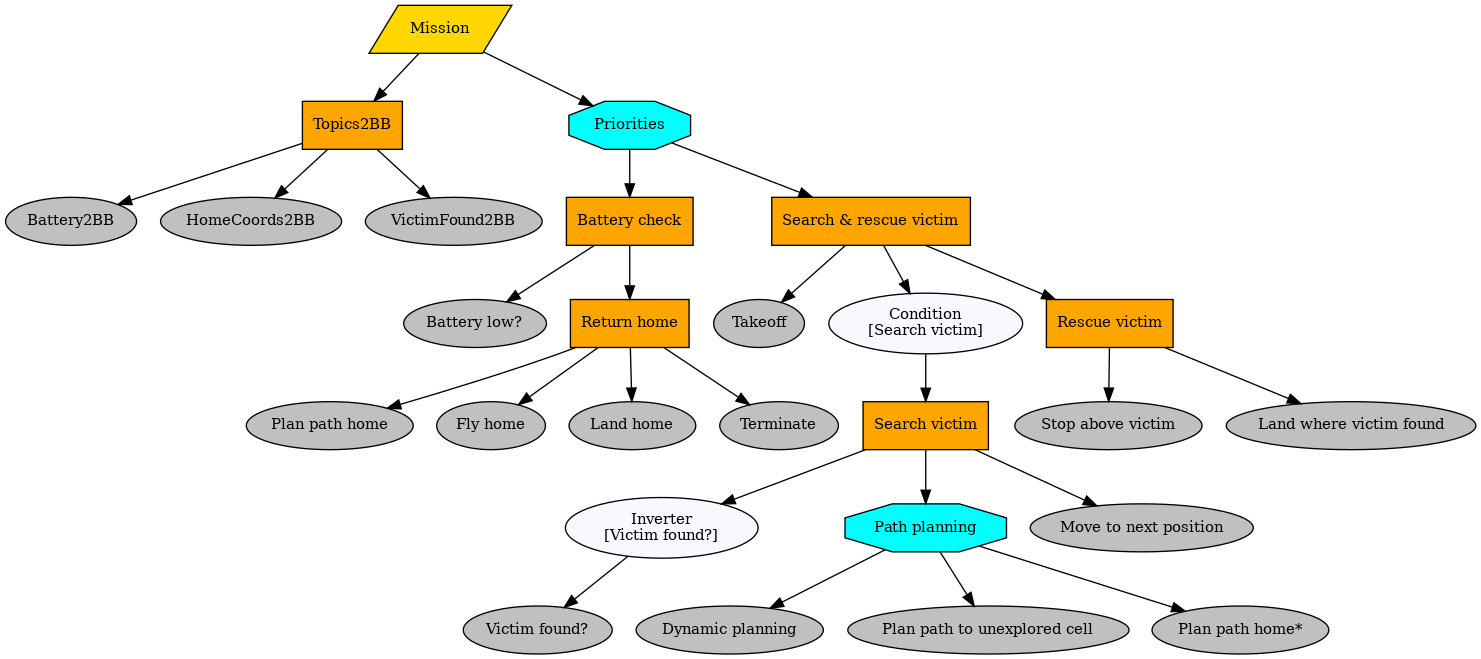
Before: planner_tree.png, a diagram exported from Graphviz (srothh/ppmrob). Its source is kept beside it as planner_tree.dot. Source of this version:
```dot
digraph mission {
graph [fontname="times-roman"];
node [fontname="times-roman"];
edge [fontname="times-roman"];
Mission [fillcolor=gold, fontcolor=black, fontsize=11, shape=parallelogram, style=filled];
Topics2BB [fillcolor=orange, fontcolor=black, fontsize=11, shape=box, style=filled];
Mission -> Topics2BB;
Battery2BB [fillcolor=gray, fontcolor=black, fontsize=11, shape=ellipse, style=filled];
Topics2BB -> Battery2BB;
HomeCoords2BB [fillcolor=gray, fontcolor=black, fontsize=11, shape=ellipse, style=filled];
Topics2BB -> HomeCoords2BB;
VictimFound2BB [fillcolor=gray, fontcolor=black, fontsize=11, shape=ellipse, style=filled];
Topics2BB -> VictimFound2BB;
Priorities [fillcolor=cyan, fontcolor=black, fontsize=11, shape=octagon, style=filled];
Mission -> Priorities;
"Battery check" [fillcolor=orange, fontcolor=black, fontsize=11, shape=box, style=filled];
Priorities -> "Battery check";
"Battery low?" [fillcolor=gray, fontcolor=black, fontsize=11, shape=ellipse, style=filled];
"Battery check" -> "Battery low?";
"Return home" [fillcolor=orange, fontcolor=black, fontsize=11, shape=box, style=filled];
"Battery check" -> "Return home";
"Plan path home" [fillcolor=gray, fontcolor=black, fontsize=11, shape=ellipse, style=filled];
"Return home" -> "Plan path home";
"Fly home" [fillcolor=gray, fontcolor=black, fontsize=11, shape=ellipse, style=filled];
"Return home" -> "Fly home";
"Land home" [fillcolor=gray, fontcolor=black, fontsize=11, shape=ellipse, style=filled];
"Return home" -> "Land home";
Terminate [fillcolor=gray, fontcolor=black, fontsize=11, shape=ellipse, style=filled];
"Return home" -> Terminate;
"Search & rescue victim" [fillcolor=orange, fontcolor=black, fontsize=11, shape=box, style=filled];
Priorities -> "Search & rescue victim";
Takeoff [fillcolor=gray, fontcolor=black, fontsize=11, shape=ellipse, style=filled];
"Search & rescue victim" -> Takeoff;
"Condition\n[Search victim]" [fillcolor=ghostwhite, fontcolor=black, fontsize=11, shape=ellipse, style=filled];
"Search & rescue victim" -> "Condition\n[Search victim]";
"Search victim" [fillcolor=orange, fontcolor=black, fontsize=11, shape=box, style=filled];
"Condition\n[Search victim]" -> "Search victim";
"Inverter\n[Victim found?]" [fillcolor=ghostwhite, fontcolor=black, fontsize=11, shape=ellipse, style=filled];
"Search victim" -> "Inverter\n[Victim found?]";
"Victim found?" [fillcolor=gray, fontcolor=black, fontsize=11, shape=ellipse, style=filled];
"Inverter\n[Victim found?]" -> "Victim found?";
"Path planning" [fillcolor=cyan, fontcolor=black, fontsize=11, shape=octagon, style=filled];
"Search victim" -> "Path planning";
"Dynamic planning" [fillcolor=gray, fontcolor=black, fontsize=11, shape=ellipse, style=filled];
"Path planning" -> "Dynamic planning";
"Plan path to unexplored cell" [fillcolor=gray, fontcolor=black, fontsize=11, shape=ellipse, style=filled];
"Path planning" -> "Plan path to unexplored cell";
"Plan path home*" [fillcolor=gray, fontcolor=black, fontsize=11, shape=ellipse, style=filled];
"Path planning" -> "Plan path home*";
"Move to next position" [fillcolor=gray, fontcolor=black, fontsize=11, shape=ellipse, style=filled];
"Search victim" -> "Move to next position";
"Rescue victim" [fillcolor=orange, fontcolor=black, fontsize=11, shape=box, style=filled];
"Search & rescue victim" -> "Rescue victim";
"Stop above victim" [fillcolor=gray, fontcolor=black, fontsize=11, shape=ellipse, style=filled];
"Rescue victim" -> "Stop above victim";
"Land where victim found" [fillcolor=gray, fontcolor=black, fontsize=11, shape=ellipse, style=filled];
"Rescue victim" -> "Land where victim found";
}
```
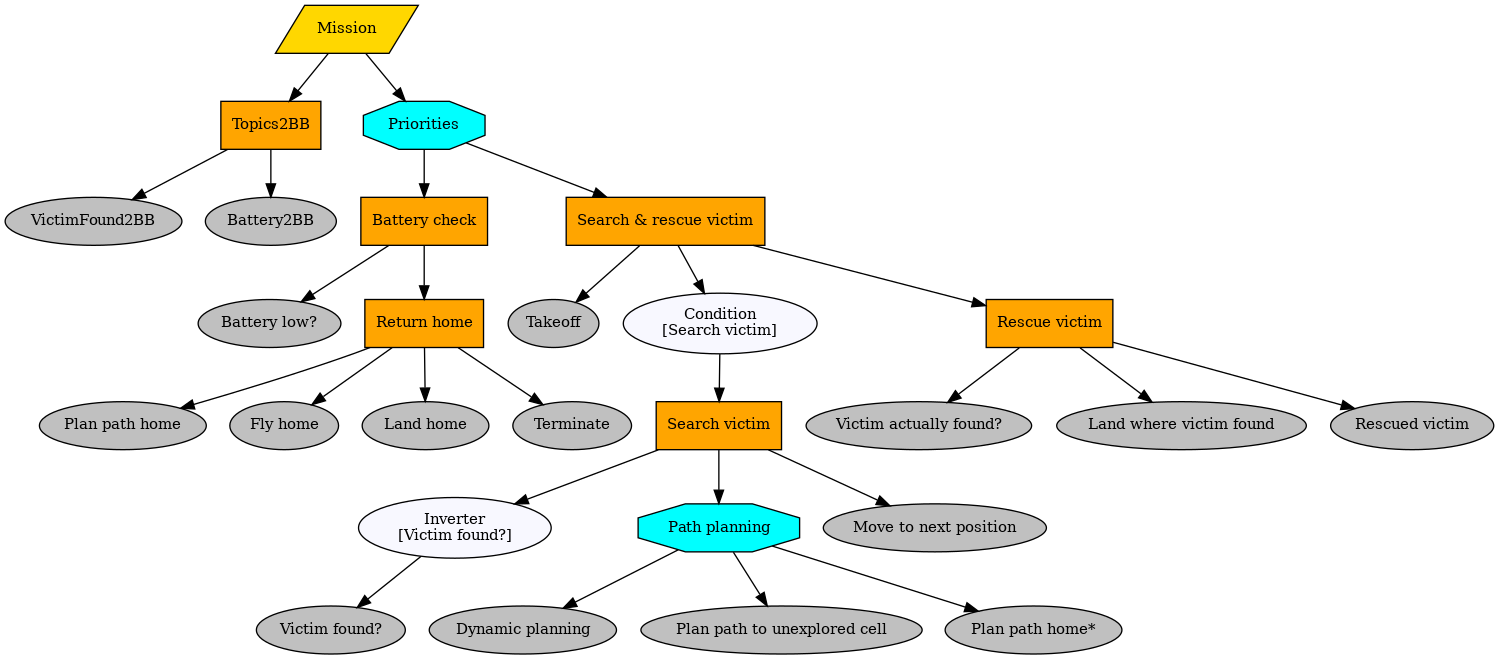
Later version of the same file.

Diff of the diagram source:
```diff
@@ -5,12 +5,10 @@
 Mission [fillcolor=gold, fontcolor=black, fontsize=11, shape=parallelogram, style=filled];
 Topics2BB [fillcolor=orange, fontcolor=black, fontsize=11, shape=box, style=filled];
 Mission -> Topics2BB;
+VictimFound2BB [fillcolor=gray, fontcolor=black, fontsize=11, shape=ellipse, style=filled];
+Topics2BB -> VictimFound2BB;
 Battery2BB [fillcolor=gray, fontcolor=black, fontsize=11, shape=ellipse, style=filled];
 Topics2BB -> Battery2BB;
-HomeCoords2BB [fillcolor=gray, fontcolor=black, fontsize=11, shape=ellipse, style=filled];
-Topics2BB -> HomeCoords2BB;
-VictimFound2BB [fillcolor=gray, fontcolor=black, fontsize=11, shape=ellipse, style=filled];
-Topics2BB -> VictimFound2BB;
 Priorities [fillcolor=cyan, fontcolor=black, fontsize=11, shape=octagon, style=filled];
 Mission -> Priorities;
 "Battery check" [fillcolor=orange, fontcolor=black, fontsize=11, shape=box, style=filled];
@@ -51,8 +49,10 @@
 "Search victim" -> "Move to next position";
 "Rescue victim" [fillcolor=orange, fontcolor=black, fontsize=11, shape=box, style=filled];
 "Search & rescue victim" -> "Rescue victim";
-"Stop above victim" [fillcolor=gray, fontcolor=black, fontsize=11, shape=ellipse, style=filled];
-"Rescue victim" -> "Stop above victim";
+"Victim actually found?" [fillcolor=gray, fontcolor=black, fontsize=11, shape=ellipse, style=filled];
+"Rescue victim" -> "Victim actually found?";
 "Land where victim found" [fillcolor=gray, fontcolor=black, fontsize=11, shape=ellipse, style=filled];
 "Rescue victim" -> "Land where victim found";
+"Rescued victim" [fillcolor=gray, fontcolor=black, fontsize=11, shape=ellipse, style=filled];
+"Rescue victim" -> "Rescued victim";
 }
```
